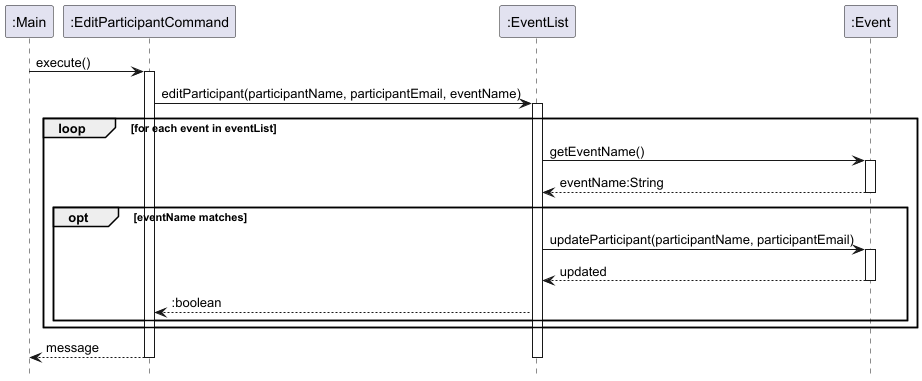
nus-cs2113-AY2425S1/tp keeps this PlantUML diagram as docs/images/EditParticipantCommandSequenceDiagram.png. Above is the earlier version.
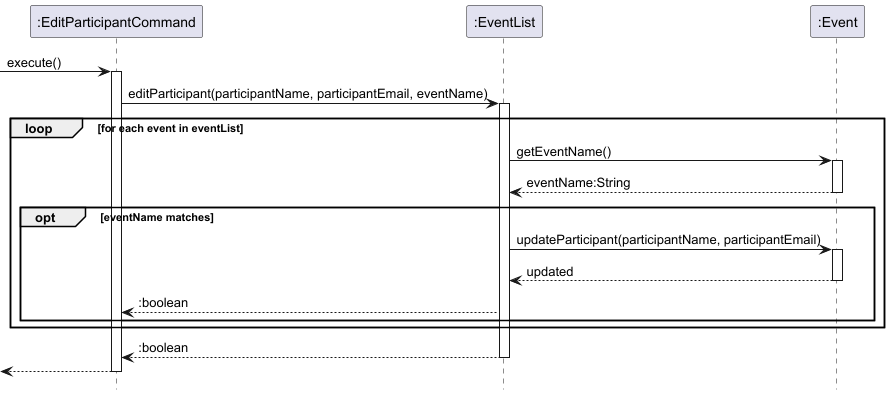
The same diagram one commit later.

Diff of the diagram source:
```diff
@@ -1,12 +1,11 @@
 @startuml
  hide footbox
 
- participant ":Main" as main
  participant ":EditParticipantCommand" as editCommand
  participant ":EventList" as eventList
  participant ":Event" as event
 
- main -> editCommand : execute()
+ [-> editCommand : execute()
  activate editCommand
 
  editCommand -> eventList : editParticipant(participantName, participantEmail, eventName)
@@ -26,11 +25,11 @@
          eventList --> editCommand : :boolean
      end
 
- end
+end
 
 
- editCommand --> main : message
- deactivate eventList
- deactivate editCommand
+return :boolean
 
- @enduml
+return
+
+@enduml
```
